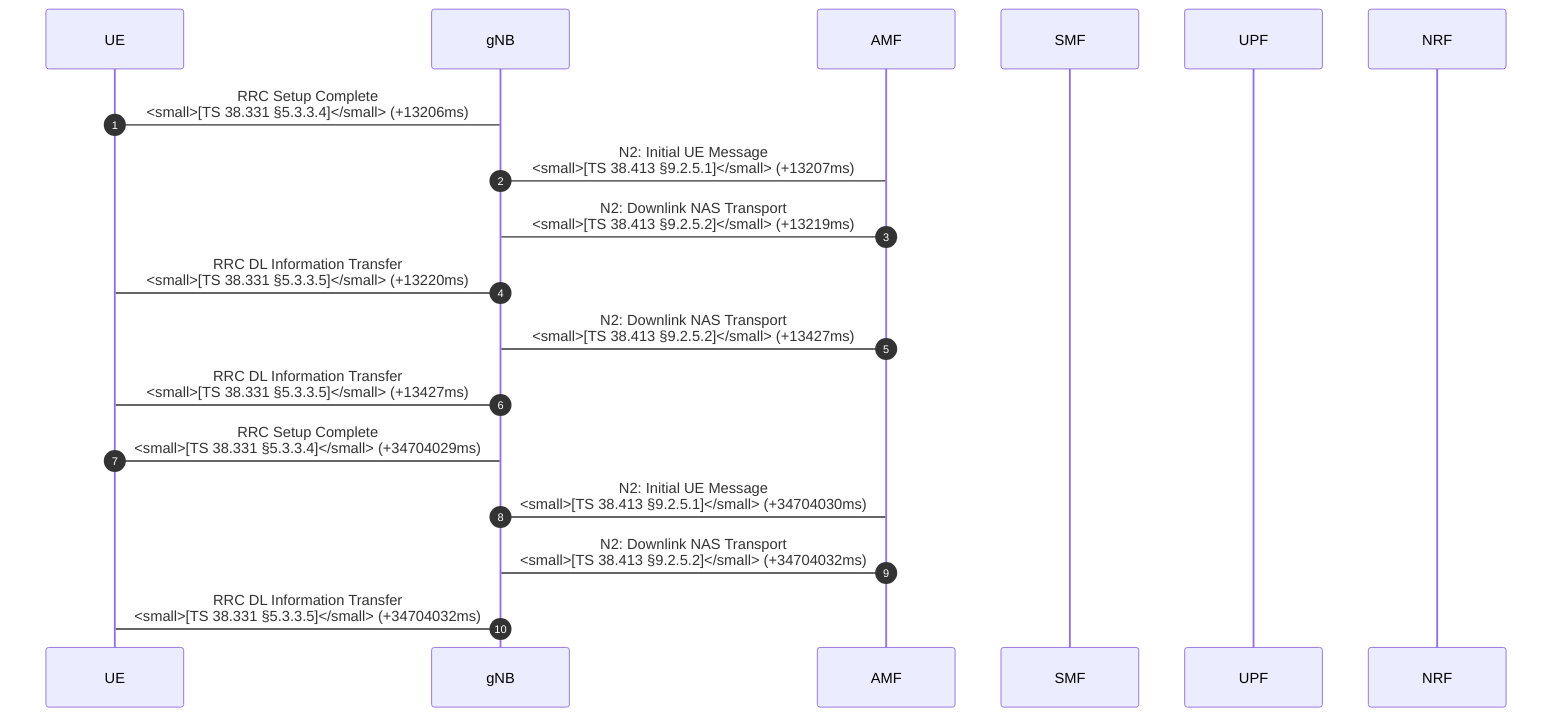
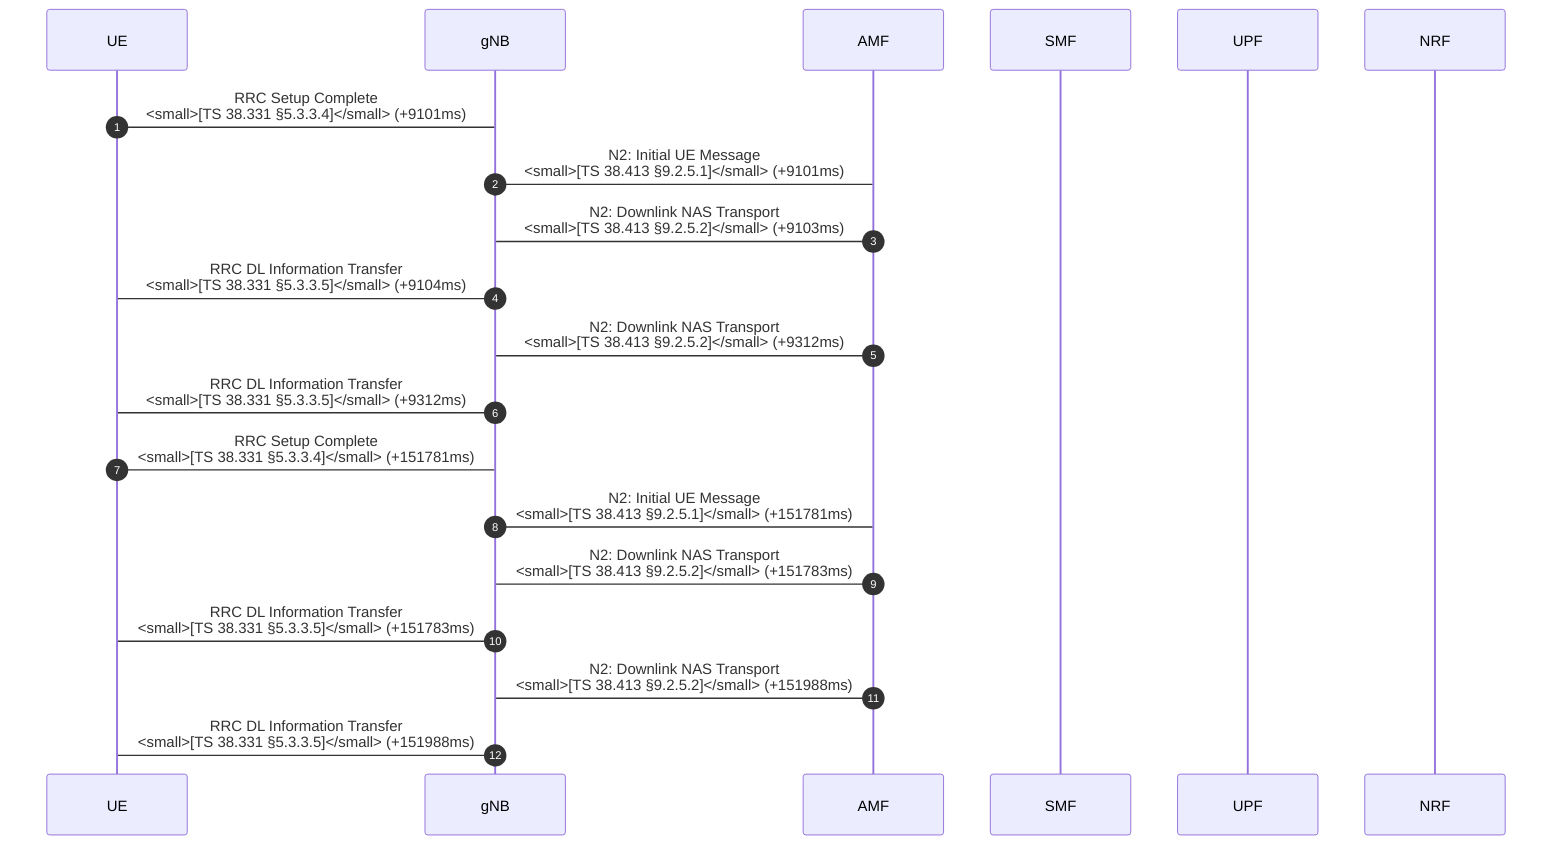
sequenceDiagram
  autonumber
  participant UE
  participant gNB
  participant AMF
  participant SMF
  participant UPF
  participant NRF

-   UE->gNB: RRC Setup Complete<br/><small>[TS 38.331 §5.3.3.4]</small> (+13206ms)
-   gNB->AMF: N2: Initial UE Message<br/><small>[TS 38.413 §9.2.5.1]</small> (+13207ms)
-   AMF->gNB: N2: Downlink NAS Transport<br/><small>[TS 38.413 §9.2.5.2]</small> (+13219ms)
-   gNB->UE: RRC DL Information Transfer<br/><small>[TS 38.331 §5.3.3.5]</small> (+13220ms)
-   AMF->gNB: N2: Downlink NAS Transport<br/><small>[TS 38.413 §9.2.5.2]</small> (+13427ms)
-   gNB->UE: RRC DL Information Transfer<br/><small>[TS 38.331 §5.3.3.5]</small> (+13427ms)
-   UE->gNB: RRC Setup Complete<br/><small>[TS 38.331 §5.3.3.4]</small> (+34704029ms)
-   gNB->AMF: N2: Initial UE Message<br/><small>[TS 38.413 §9.2.5.1]</small> (+34704030ms)
-   AMF->gNB: N2: Downlink NAS Transport<br/><small>[TS 38.413 §9.2.5.2]</small> (+34704032ms)
-   gNB->UE: RRC DL Information Transfer<br/><small>[TS 38.331 §5.3.3.5]</small> (+34704032ms)
+   UE->gNB: RRC Setup Complete<br/><small>[TS 38.331 §5.3.3.4]</small> (+9101ms)
+   gNB->AMF: N2: Initial UE Message<br/><small>[TS 38.413 §9.2.5.1]</small> (+9101ms)
+   AMF->gNB: N2: Downlink NAS Transport<br/><small>[TS 38.413 §9.2.5.2]</small> (+9103ms)
+   gNB->UE: RRC DL Information Transfer<br/><small>[TS 38.331 §5.3.3.5]</small> (+9104ms)
+   AMF->gNB: N2: Downlink NAS Transport<br/><small>[TS 38.413 §9.2.5.2]</small> (+9312ms)
+   gNB->UE: RRC DL Information Transfer<br/><small>[TS 38.331 §5.3.3.5]</small> (+9312ms)
+   UE->gNB: RRC Setup Complete<br/><small>[TS 38.331 §5.3.3.4]</small> (+151781ms)
+   gNB->AMF: N2: Initial UE Message<br/><small>[TS 38.413 §9.2.5.1]</small> (+151781ms)
+   AMF->gNB: N2: Downlink NAS Transport<br/><small>[TS 38.413 §9.2.5.2]</small> (+151783ms)
+   gNB->UE: RRC DL Information Transfer<br/><small>[TS 38.331 §5.3.3.5]</small> (+151783ms)
+   AMF->gNB: N2: Downlink NAS Transport<br/><small>[TS 38.413 §9.2.5.2]</small> (+151988ms)
+   gNB->UE: RRC DL Information Transfer<br/><small>[TS 38.331 §5.3.3.5]</small> (+151988ms)
